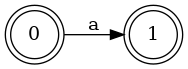
Earlier version of the Graphviz export dfa_output.png (x6x4/lab2aaaaaaaaaaa). Its source is kept beside it as dfa_output.dot.
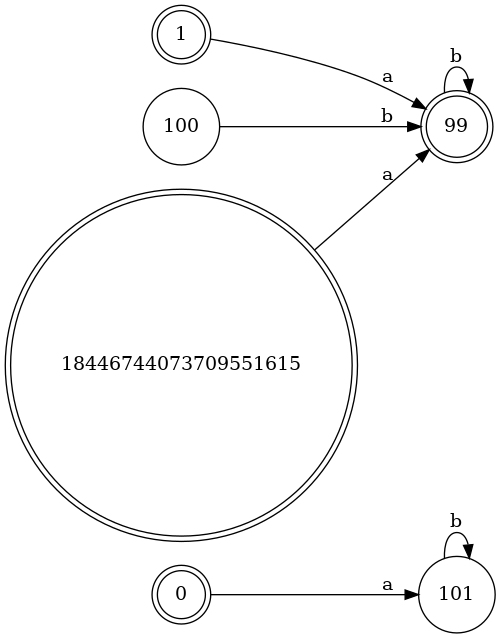
Above is the later version.

Diff of the diagram source:
```diff
@@ -1,7 +1,14 @@
 digraph DFA {
 rankdir="LR"
 node [shape=circle];
-0 -> 1 [label="a"];
+0 -> 101 [label="a"];
+1 -> 99 [label="a"];
+99 -> 99 [label="b"];
+100 -> 99 [label="b"];
+101 -> 101 [label="b"];
+18446744073709551615 -> 99 [label="a"];
 0[label="0"shape=doublecircle];
 1[label="1"shape=doublecircle];
+99[label="99"shape=doublecircle];
+18446744073709551615[label="18446744073709551615"shape=doublecircle];
 }
```
